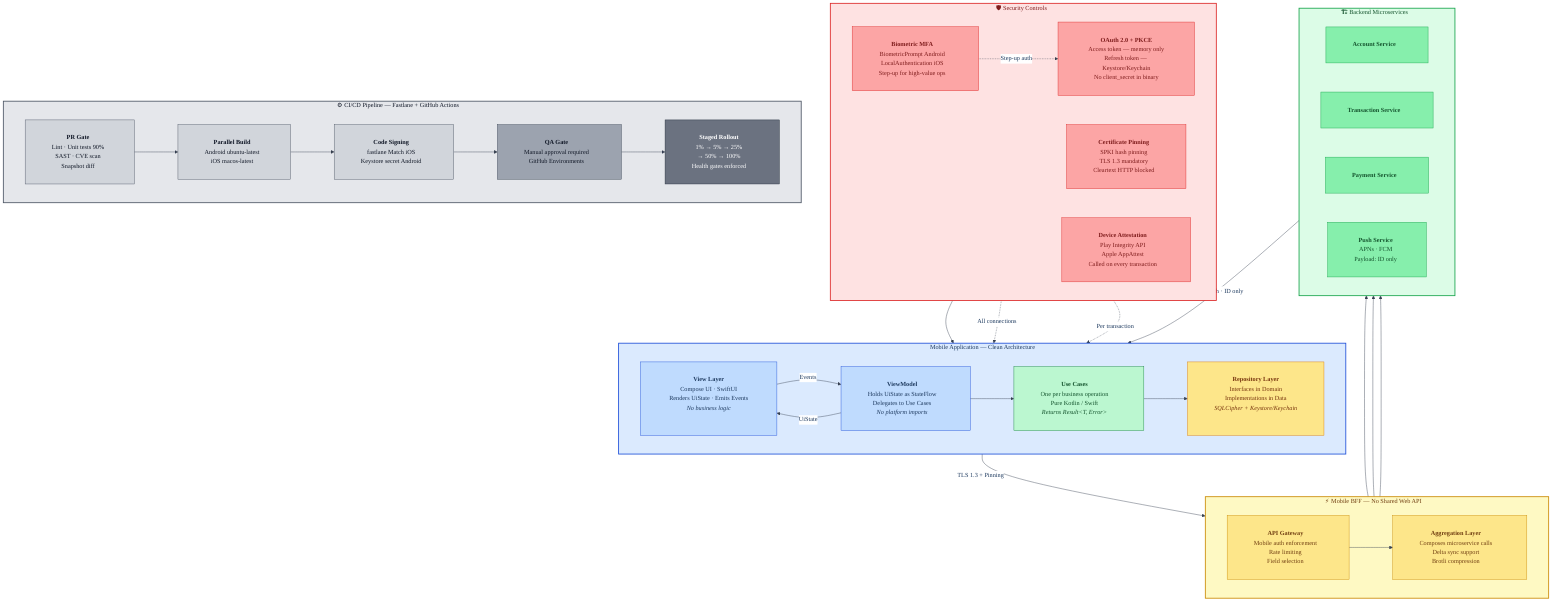
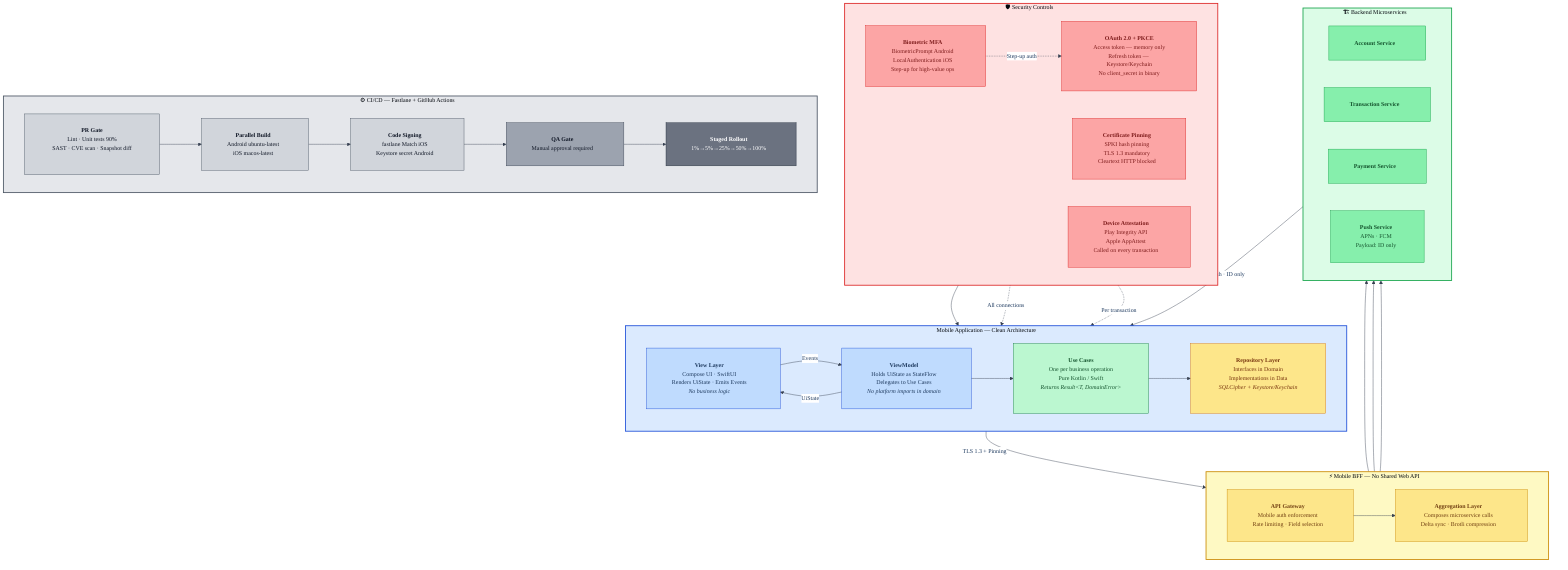
- %%{init:{'theme':'base','themeVariables':{'fontSize':'15px','fontFamily':'IBM Plex Sans, system-ui, sans-serif','primaryColor':'#DBEAFE','primaryTextColor':'#1e3a5f','primaryBorderColor':'#2563EB','lineColor':'#374151','secondaryColor':'#D1FAE5','tertiaryColor':'#FEF3C7','clusterBkg':'#F9FAFB','clusterBorder':'#D1D5DB','edgeLabelBackground':'#FFFFFF','nodeBorder':'#2563EB'},'flowchart':{'curve':'orthogonal','padding':32,'nodeSpacing':70,'rankSpacing':80,'useMaxWidth':true}}}%%
+ %%{init:{'theme':'base','themeVariables':{'fontSize':'14px','fontFamily':'IBM Plex Sans, system-ui','primaryColor':'#DBEAFE','primaryTextColor':'#1e3a5f','primaryBorderColor':'#2563EB','lineColor':'#374151','clusterBkg':'#F9FAFB','clusterBorder':'#D1D5DB','edgeLabelBackground':'#FFFFFF'},'flowchart':{'curve':'orthogonal','padding':30,'nodeSpacing':65,'rankSpacing':75,'useMaxWidth':true}}}%%
flowchart TD
- 
-     subgraph MOBILE["📱  Mobile Application  —  Clean Architecture"]
+     subgraph MOBILE["📱  Mobile Application — Clean Architecture"]
        direction LR
        UI["<b>View Layer</b><br/>Compose UI · SwiftUI<br/>Renders UiState · Emits Events<br/><i>No business logic</i>"]
-         VM["<b>ViewModel</b><br/>Holds UiState as StateFlow<br/>Delegates to Use Cases<br/><i>No platform imports</i>"]
-         UC["<b>Use Cases</b><br/>One per business operation<br/>Pure Kotlin / Swift<br/><i>Returns Result&lt;T, Error&gt;</i>"]
+         VM["<b>ViewModel</b><br/>Holds UiState as StateFlow<br/>Delegates to Use Cases<br/><i>No platform imports in domain</i>"]
+         UC["<b>Use Cases</b><br/>One per business operation<br/>Pure Kotlin / Swift<br/><i>Returns Result&lt;T, DomainError&gt;</i>"]
        REPO["<b>Repository Layer</b><br/>Interfaces in Domain<br/>Implementations in Data<br/><i>SQLCipher + Keystore/Keychain</i>"]
    end
- 
    subgraph SECURITY["🛡  Security Controls"]
        direction LR
        AUTH["<b>OAuth 2.0 + PKCE</b><br/>Access token — memory only<br/>Refresh token — Keystore/Keychain<br/>No client_secret in binary"]
        BIOMETRIC["<b>Biometric MFA</b><br/>BiometricPrompt Android<br/>LocalAuthentication iOS<br/>Step-up for high-value ops"]
        PINNING["<b>Certificate Pinning</b><br/>SPKI hash pinning<br/>TLS 1.3 mandatory<br/>Cleartext HTTP blocked"]
        ATTEST["<b>Device Attestation</b><br/>Play Integrity API<br/>Apple AppAttest<br/>Called on every transaction"]
    end
- 
-     subgraph BFF["⚡  Mobile BFF  —  No Shared Web API"]
+     subgraph BFF["⚡  Mobile BFF — No Shared Web API"]
        direction LR
-         GW["<b>API Gateway</b><br/>Mobile auth enforcement<br/>Rate limiting<br/>Field selection"]
-         AGG["<b>Aggregation Layer</b><br/>Composes microservice calls<br/>Delta sync support<br/>Brotli compression"]
+         GW["<b>API Gateway</b><br/>Mobile auth enforcement<br/>Rate limiting · Field selection"]
+         AGG["<b>Aggregation Layer</b><br/>Composes microservice calls<br/>Delta sync · Brotli compression"]
    end
- 
    subgraph BACKEND["🏗  Backend Microservices"]
        direction LR
        SVC_ACC["<b>Account Service</b>"]
        SVC_TXN["<b>Transaction Service</b>"]
        SVC_PAY["<b>Payment Service</b>"]
        SVC_PUSH["<b>Push Service</b><br/>APNs · FCM<br/>Payload: ID only"]
    end
- 
-     subgraph CICD["⚙  CI/CD Pipeline  —  Fastlane + GitHub Actions"]
+     subgraph CICD["⚙  CI/CD — Fastlane + GitHub Actions"]
        direction LR
-         GATE_PR["<b>PR Gate</b><br/>Lint · Unit tests 90%<br/>SAST · CVE scan<br/>Snapshot diff"]
+         GATE_PR["<b>PR Gate</b><br/>Lint · Unit tests 90%<br/>SAST · CVE scan · Snapshot diff"]
        BUILD["<b>Parallel Build</b><br/>Android ubuntu-latest<br/>iOS macos-latest"]
        SIGN["<b>Code Signing</b><br/>fastlane Match iOS<br/>Keystore secret Android"]
-         QA["<b>QA Gate</b><br/>Manual approval required<br/>GitHub Environments"]
-         SHIP["<b>Staged Rollout</b><br/>1% → 5% → 25%<br/>→ 50% → 100%<br/>Health gates enforced"]
+         QA["<b>QA Gate</b><br/>Manual approval required"]
+         SHIP["<b>Staged Rollout</b><br/>1%→5%→25%→50%→100%"]
    end
- 
    UI -->|"Events"| VM
    VM -->|"UiState"| UI
    VM --> UC --> REPO
    REPO -->|"TLS 1.3 + Pinning"| GW
-     GW --> AGG
-     AGG --> SVC_ACC & SVC_TXN & SVC_PAY
+     GW --> AGG --> SVC_ACC & SVC_TXN & SVC_PAY
    SVC_PUSH -->|"Silent push · ID only"| MOBILE
    AUTH --> REPO
    BIOMETRIC -.->|"Step-up auth"| AUTH
    PINNING -.->|"All connections"| REPO
    ATTEST -.->|"Per transaction"| MOBILE
    GATE_PR --> BUILD --> SIGN --> QA --> SHIP
- 
-     style MOBILE fill:#DBEAFE,stroke:#1D4ED8,stroke-width:2px,color:#1e3a5f
-     style SECURITY fill:#FEE2E2,stroke:#DC2626,stroke-width:2px,color:#7f1d1d
-     style BFF fill:#FEF9C3,stroke:#CA8A04,stroke-width:2px,color:#713f12
-     style BACKEND fill:#DCFCE7,stroke:#16A34A,stroke-width:2px,color:#14532D
-     style CICD fill:#E5E7EB,stroke:#4B5563,stroke-width:2px,color:#111827
+     style MOBILE fill:#DBEAFE,stroke:#1D4ED8,stroke-width:2px
+     style SECURITY fill:#FEE2E2,stroke:#DC2626,stroke-width:2px
+     style BFF fill:#FEF9C3,stroke:#CA8A04,stroke-width:2px
+     style BACKEND fill:#DCFCE7,stroke:#16A34A,stroke-width:2px
+     style CICD fill:#E5E7EB,stroke:#4B5563,stroke-width:2px
    style UI fill:#BFDBFE,stroke:#1D4ED8,color:#1e3a5f
    style VM fill:#BFDBFE,stroke:#1D4ED8,color:#1e3a5f
    style UC fill:#BBF7D0,stroke:#15803D,color:#14532D
    style REPO fill:#FDE68A,stroke:#D97706,color:#78350F
    style AUTH fill:#FCA5A5,stroke:#DC2626,color:#7f1d1d
    style BIOMETRIC fill:#FCA5A5,stroke:#DC2626,color:#7f1d1d
    style PINNING fill:#FCA5A5,stroke:#DC2626,color:#7f1d1d
    style ATTEST fill:#FCA5A5,stroke:#DC2626,color:#7f1d1d
    style GW fill:#FDE68A,stroke:#CA8A04,color:#713f12
    style AGG fill:#FDE68A,stroke:#CA8A04,color:#713f12
    style SVC_ACC fill:#86EFAC,stroke:#16A34A,color:#14532D
    style SVC_TXN fill:#86EFAC,stroke:#16A34A,color:#14532D
    style SVC_PAY fill:#86EFAC,stroke:#16A34A,color:#14532D
    style SVC_PUSH fill:#86EFAC,stroke:#16A34A,color:#14532D
    style GATE_PR fill:#D1D5DB,stroke:#4B5563,color:#111827
    style BUILD fill:#D1D5DB,stroke:#4B5563,color:#111827
    style SIGN fill:#D1D5DB,stroke:#4B5563,color:#111827
    style QA fill:#9CA3AF,stroke:#374151,color:#111827
    style SHIP fill:#6B7280,stroke:#1F2937,color:#ffffff
